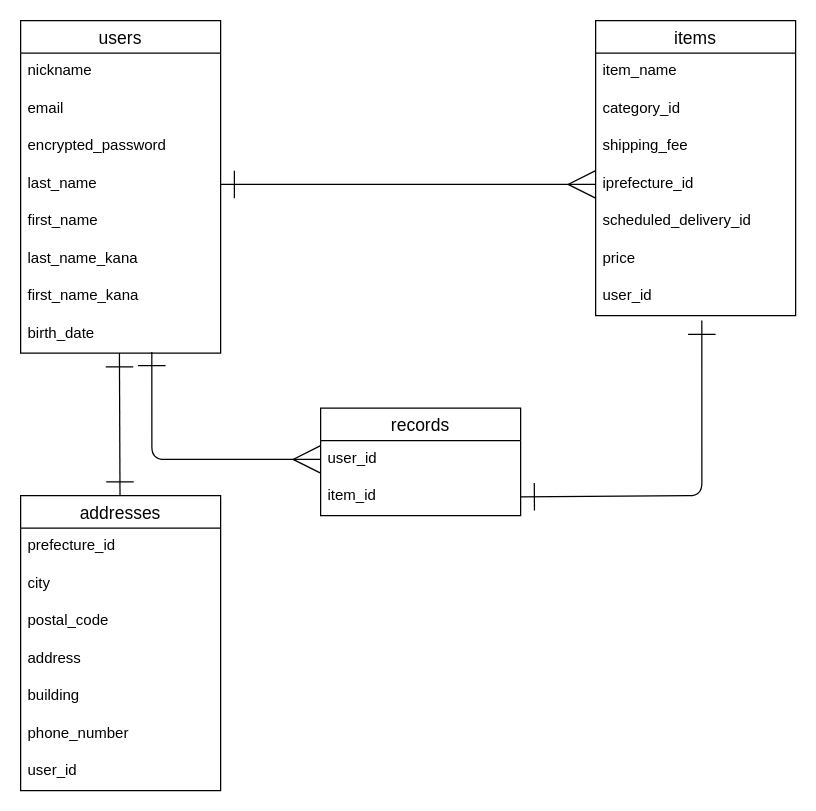
Earlier version of the draw.io diagram furima.dio (yrikiriki/furima-37897). Source tidied: cells renumbered, new cells numbered last; positions are measured from the earlier drawing's top-left corner, leaving out a move shared by most shapes. Both pictures are drawn from the tidied source at 125%, with x=0, y=0 at pixel (20, 20).
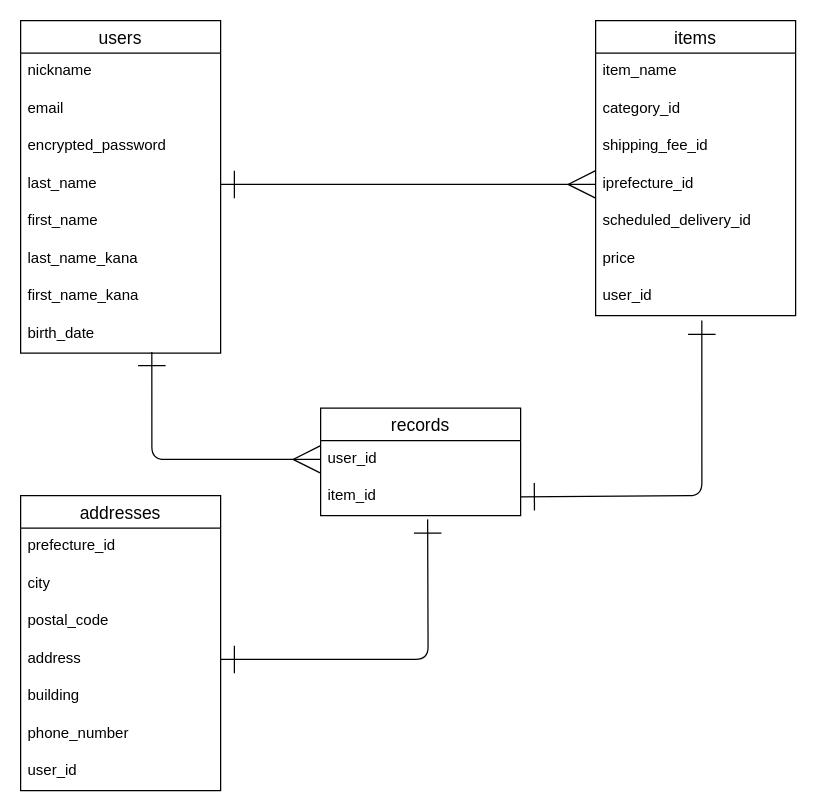
Above is the later version.

Commit message (it also covers changes not shown here):
データベース設計修正３

Unchanged cells that the change refers to:
```xml
<mxCell id="10" value="birth_date" style="text;strokeColor=none;fillColor=none;spacingLeft=4;spacingRight=4;overflow=hidden;points=[[0,0.5],[1,0.5]];portConstraint=eastwest;fontSize=12;" parent="2" vertex="1">
  <mxGeometry y="236" width="160" height="30" as="geometry" />
</mxCell>
<mxCell id="11" value="items" style="swimlane;fontStyle=0;horizontal=1;startSize=26;align=center;fontSize=14;" parent="1" vertex="1">
  <mxGeometry x="460" width="160" height="236" as="geometry" />
</mxCell>
<mxCell id="21" value="item_id" style="text;strokeColor=none;fillColor=none;spacingLeft=4;spacingRight=4;overflow=hidden;points=[[0,0.5],[1,0.5]];portConstraint=eastwest;fontSize=12;" parent="19" vertex="1">
  <mxGeometry y="56" width="160" height="30" as="geometry" />
</mxCell>
<mxCell id="23" value="addresses" style="swimlane;fontStyle=0;horizontal=1;startSize=26;align=center;fontSize=14;" parent="1" vertex="1">
  <mxGeometry y="380" width="160" height="236" as="geometry" />
</mxCell>
<mxCell id="27" value="address" style="text;strokeColor=none;fillColor=none;spacingLeft=4;spacingRight=4;overflow=hidden;points=[[0,0.5],[1,0.5]];portConstraint=eastwest;fontSize=12;" parent="23" vertex="1">
  <mxGeometry y="116" width="160" height="30" as="geometry" />
</mxCell>
```

Change to the diagram source:
```diff
@@
-    <mxCell id="14" value="shipping_fee" style="text;strokeColor=none;fillColor=none;spacingLeft=4;spacingRight=4;overflow=hidden;fontSize=12;" parent="11" vertex="1">
+    <mxCell id="14" value="shipping_fee_id" style="text;strokeColor=none;fillColor=none;spacingLeft=4;spacingRight=4;overflow=hidden;fontSize=12;" parent="11" vertex="1">
       <mxGeometry y="86" width="160" height="30" as="geometry" />
     </mxCell>
@@
-    <mxCell id="22" style="edgeStyle=none;html=1;entryX=0.494;entryY=1;entryDx=0;entryDy=0;entryPerimeter=0;endArrow=ERone;endFill=0;startArrow=ERone;startFill=0;endSize=20;startSize=20;" parent="1" edge="1" source="23" target="10">
-      <mxGeometry relative="1" as="geometry" />
-    </mxCell>
@@
+    <mxCell id="34" style="edgeStyle=none;html=1;entryX=0.535;entryY=1.1;entryDx=0;entryDy=0;entryPerimeter=0;startArrow=ERone;startFill=0;endArrow=ERone;endFill=0;startSize=20;endSize=20;" parent="1" edge="1" source="27" target="21">
+      <mxGeometry relative="1" as="geometry">
+        <Array as="points">
+          <mxPoint x="326" y="511" />
+        </Array>
+      </mxGeometry>
+    </mxCell>
```
